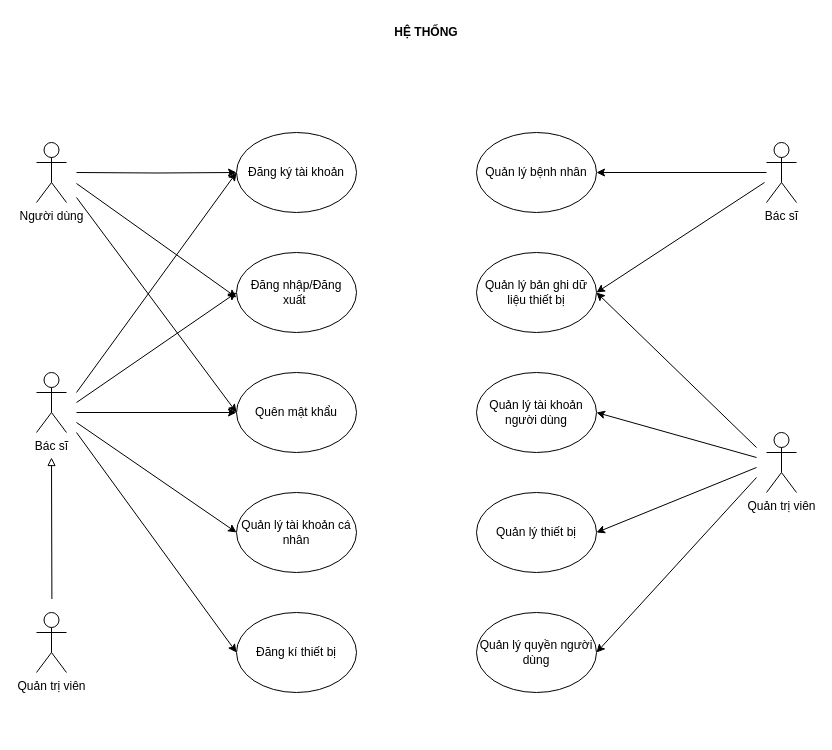
Earlier version of the draw.io diagram page "Use case tổng quát" (1 of 11) of diagram/usecase/Usecase.drawio (techcomrade/fmECG). Source tidied: cells renumbered, new cells numbered last; positions are measured from the earlier drawing's top-left corner, leaving out a move shared by most shapes. Both pictures are drawn from the tidied source at 100%, with x=0, y=0 at pixel (36, 17).
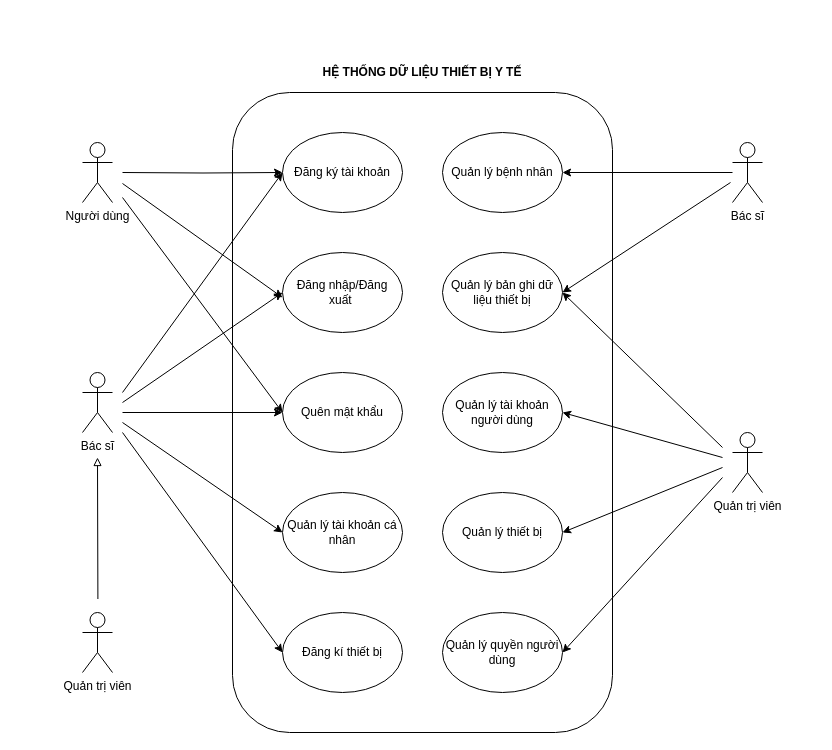
The same page after the edit.

Commit message:
feature(thesis): add use case diagram

Diff of the diagram source:
```diff
@@
     <mxCell id="2" value="Bác sĩ" style="shape=umlActor;html=1;verticalLabelPosition=bottom;verticalAlign=top;align=center;" parent="1" vertex="1">
-      <mxGeometry y="355" width="30" height="60" as="geometry" />
+      <mxGeometry x="46" y="355" width="30" height="60" as="geometry" />
     </mxCell>
     <mxCell id="3" value="Đăng ký tài khoản" style="ellipse;whiteSpace=wrap;html=1;" parent="1" vertex="1">
-      <mxGeometry x="200" y="115" width="120" height="80" as="geometry" />
+      <mxGeometry x="246" y="115" width="120" height="80" as="geometry" />
     </mxCell>
     <mxCell id="4" value="Đăng nhập/Đăng xuất&amp;nbsp;" style="ellipse;whiteSpace=wrap;html=1;" parent="1" vertex="1">
-      <mxGeometry x="200" y="235" width="120" height="80" as="geometry" />
+      <mxGeometry x="246" y="235" width="120" height="80" as="geometry" />
     </mxCell>
     <mxCell id="5" value="Quên mật khẩu" style="ellipse;whiteSpace=wrap;html=1;" parent="1" vertex="1">
-      <mxGeometry x="200" y="355" width="120" height="80" as="geometry" />
+      <mxGeometry x="246" y="355" width="120" height="80" as="geometry" />
     </mxCell>
     <mxCell id="6" style="edgeStyle=none;jettySize=auto;html=1;rounded=0;entryX=0;entryY=0.5;entryDx=0;entryDy=0;" parent="1" edge="1" target="3">
       <mxGeometry relative="1" as="geometry">
-        <mxPoint x="40" y="375" as="sourcePoint" />
+        <mxPoint x="86" y="375" as="sourcePoint" />
       </mxGeometry>
     </mxCell>
     <mxCell id="7" style="edgeStyle=none;jettySize=auto;html=1;rounded=0;entryX=0;entryY=0.5;entryDx=0;entryDy=0;" parent="1" edge="1" target="4">
       <mxGeometry relative="1" as="geometry">
-        <mxPoint x="40" y="385" as="sourcePoint" />
+        <mxPoint x="86" y="385" as="sourcePoint" />
       </mxGeometry>
     </mxCell>
     <mxCell id="8" style="edgeStyle=none;jettySize=auto;html=1;rounded=0;entryX=0;entryY=0.5;entryDx=0;entryDy=0;" parent="1" edge="1" target="5">
       <mxGeometry relative="1" as="geometry">
-        <mxPoint x="40" y="395" as="sourcePoint" />
+        <mxPoint x="86" y="395" as="sourcePoint" />
       </mxGeometry>
     </mxCell>
-    <mxCell id="9" value="&lt;b&gt;HỆ THỐNG&lt;/b&gt;" style="text;html=1;strokeColor=none;fillColor=none;align=center;verticalAlign=middle;whiteSpace=wrap;rounded=0;" parent="1" vertex="1">
-      <mxGeometry x="260" width="260" height="30" as="geometry" />
+    <mxCell id="9" value="&lt;b&gt;HỆ THỐNG DỮ LIỆU THIẾT BỊ Y TẾ&lt;/b&gt;" style="text;html=1;strokeColor=none;fillColor=none;align=center;verticalAlign=middle;whiteSpace=wrap;rounded=0;" parent="1" vertex="1">
+      <mxGeometry x="256" y="40" width="260" height="30" as="geometry" />
     </mxCell>
     <mxCell id="10" value="Quản trị viên" style="shape=umlActor;html=1;verticalLabelPosition=bottom;verticalAlign=top;align=center;" parent="1" vertex="1">
-      <mxGeometry y="595" width="30" height="60" as="geometry" />
+      <mxGeometry x="46" y="595" width="30" height="60" as="geometry" />
     </mxCell>
     <mxCell id="11" value="Quản lý thiết bị" style="ellipse;whiteSpace=wrap;html=1;" parent="1" vertex="1">
-      <mxGeometry x="440" y="475" width="120" height="80" as="geometry" />
+      <mxGeometry x="406" y="475" width="120" height="80" as="geometry" />
     </mxCell>
     <mxCell id="12" value="Quản lý bệnh nhân" style="ellipse;whiteSpace=wrap;html=1;" parent="1" vertex="1">
-      <mxGeometry x="440" y="115" width="120" height="80" as="geometry" />
+      <mxGeometry x="406" y="115" width="120" height="80" as="geometry" />
     </mxCell>
     <mxCell id="13" value="Quản lý quyền người dùng" style="ellipse;whiteSpace=wrap;html=1;" parent="1" vertex="1">
-      <mxGeometry x="440" y="595" width="120" height="80" as="geometry" />
+      <mxGeometry x="406" y="595" width="120" height="80" as="geometry" />
     </mxCell>
     <mxCell id="14" style="edgeStyle=none;orthogonalLoop=1;jettySize=auto;html=1;rounded=0;endArrow=block;endFill=0;" parent="1" edge="1">
       <mxGeometry relative="1" as="geometry">
-        <mxPoint x="15.4" y="581.5" as="sourcePoint" />
-        <mxPoint x="15" y="440" as="targetPoint" />
+        <mxPoint x="61.4" y="581.5" as="sourcePoint" />
+        <mxPoint x="61" y="440" as="targetPoint" />
       </mxGeometry>
     </mxCell>
     <mxCell id="15" value="Quản lý tài khoản cá nhân" style="ellipse;whiteSpace=wrap;html=1;" parent="1" vertex="1">
-      <mxGeometry x="200" y="475" width="120" height="80" as="geometry" />
+      <mxGeometry x="246" y="475" width="120" height="80" as="geometry" />
     </mxCell>
     <mxCell id="16" style="edgeStyle=none;jettySize=auto;html=1;rounded=0;entryX=0;entryY=0.5;entryDx=0;entryDy=0;" parent="1" edge="1" target="15">
       <mxGeometry relative="1" as="geometry">
-        <mxPoint x="40" y="405" as="sourcePoint" />
+        <mxPoint x="86" y="405" as="sourcePoint" />
       </mxGeometry>
     </mxCell>
     <mxCell id="17" value="Đăng kí thiết bị" style="ellipse;whiteSpace=wrap;html=1;" parent="1" vertex="1">
-      <mxGeometry x="200" y="595" width="120" height="80" as="geometry" />
+      <mxGeometry x="246" y="595" width="120" height="80" as="geometry" />
     </mxCell>
     <mxCell id="18" style="edgeStyle=none;jettySize=auto;html=1;rounded=0;entryX=0;entryY=0.5;entryDx=0;entryDy=0;" parent="1" edge="1" target="17">
       <mxGeometry relative="1" as="geometry">
-        <mxPoint x="40" y="415" as="sourcePoint" />
+        <mxPoint x="86" y="415" as="sourcePoint" />
       </mxGeometry>
     </mxCell>
     <mxCell id="19" value="Quản lý tài khoản người dùng" style="ellipse;whiteSpace=wrap;html=1;" parent="1" vertex="1">
-      <mxGeometry x="440" y="355" width="120" height="80" as="geometry" />
+      <mxGeometry x="406" y="355" width="120" height="80" as="geometry" />
     </mxCell>
@@
     <mxCell id="21" value="Bác sĩ" style="shape=umlActor;html=1;verticalLabelPosition=bottom;verticalAlign=top;align=center;" parent="1" vertex="1">
-      <mxGeometry x="730" y="125" width="30" height="60" as="geometry" />
+      <mxGeometry x="696" y="125" width="30" height="60" as="geometry" />
     </mxCell>
     <mxCell id="22" style="edgeStyle=orthogonalEdgeStyle;rounded=0;jettySize=auto;html=1;entryX=0;entryY=0.5;entryDx=0;entryDy=0;" parent="1" edge="1" target="3">
       <mxGeometry relative="1" as="geometry">
-        <mxPoint x="40" y="155" as="sourcePoint" />
+        <mxPoint x="86" y="155" as="sourcePoint" />
       </mxGeometry>
     </mxCell>
     <mxCell id="23" value="Người dùng" style="shape=umlActor;html=1;verticalLabelPosition=bottom;verticalAlign=top;align=center;" parent="1" vertex="1">
-      <mxGeometry y="125" width="30" height="60" as="geometry" />
+      <mxGeometry x="46" y="125" width="30" height="60" as="geometry" />
     </mxCell>
     <mxCell id="24" style="edgeStyle=none;orthogonalLoop=1;jettySize=auto;html=1;rounded=0;" parent="1" edge="1">
       <mxGeometry relative="1" as="geometry">
-        <mxPoint x="40" y="166" as="sourcePoint" />
-        <mxPoint x="200" y="280" as="targetPoint" />
+        <mxPoint x="86" y="166" as="sourcePoint" />
+        <mxPoint x="246" y="280" as="targetPoint" />
       </mxGeometry>
     </mxCell>
     <mxCell id="25" style="edgeStyle=none;jettySize=auto;html=1;rounded=0;entryX=0;entryY=0.5;entryDx=0;entryDy=0;" parent="1" edge="1" target="5">
       <mxGeometry relative="1" as="geometry">
-        <mxPoint x="40" y="180" as="sourcePoint" />
+        <mxPoint x="86" y="180" as="sourcePoint" />
       </mxGeometry>
     </mxCell>
     <mxCell id="26" value="Quản lý bản ghi dữ liệu thiết bị" style="ellipse;whiteSpace=wrap;html=1;" parent="1" vertex="1">
-      <mxGeometry x="440" y="235" width="120" height="80" as="geometry" />
+      <mxGeometry x="406" y="235" width="120" height="80" as="geometry" />
     </mxCell>
     <mxCell id="27" style="rounded=0;jettySize=auto;html=1;entryX=1;entryY=0.5;entryDx=0;entryDy=0;" parent="1" edge="1" target="26">
       <mxGeometry relative="1" as="geometry">
-        <mxPoint x="728" y="165" as="sourcePoint" />
+        <mxPoint x="694" y="165" as="sourcePoint" />
       </mxGeometry>
     </mxCell>
     <mxCell id="28" value="Quản trị viên" style="shape=umlActor;html=1;verticalLabelPosition=bottom;verticalAlign=top;align=center;" parent="1" vertex="1">
-      <mxGeometry x="730" y="415" width="30" height="60" as="geometry" />
+      <mxGeometry x="696" y="415" width="30" height="60" as="geometry" />
     </mxCell>
     <mxCell id="29" style="rounded=0;jettySize=auto;html=1;entryX=1;entryY=0.5;entryDx=0;entryDy=0;" parent="1" edge="1" target="26">
       <mxGeometry relative="1" as="geometry">
-        <mxPoint x="720" y="430" as="sourcePoint" />
+        <mxPoint x="686" y="430" as="sourcePoint" />
       </mxGeometry>
     </mxCell>
     <mxCell id="30" style="rounded=0;jettySize=auto;html=1;entryX=1;entryY=0.5;entryDx=0;entryDy=0;" parent="1" edge="1" target="19">
       <mxGeometry relative="1" as="geometry">
-        <mxPoint x="720" y="440" as="sourcePoint" />
+        <mxPoint x="686" y="440" as="sourcePoint" />
       </mxGeometry>
     </mxCell>
     <mxCell id="31" style="rounded=0;jettySize=auto;html=1;entryX=1;entryY=0.5;entryDx=0;entryDy=0;" parent="1" edge="1" target="11">
       <mxGeometry relative="1" as="geometry">
-        <mxPoint x="720" y="450" as="sourcePoint" />
+        <mxPoint x="686" y="450" as="sourcePoint" />
       </mxGeometry>
     </mxCell>
     <mxCell id="32" style="rounded=0;jettySize=auto;html=1;entryX=1;entryY=0.5;entryDx=0;entryDy=0;" parent="1" edge="1" target="13">
       <mxGeometry relative="1" as="geometry">
-        <mxPoint x="720" y="460" as="sourcePoint" />
+        <mxPoint x="686" y="460" as="sourcePoint" />
       </mxGeometry>
     </mxCell>
+    <mxCell id="33" style="rounded=1;whiteSpace=wrap;html=1;fillColor=none;strokeColor=default;" parent="1" vertex="1">
+      <mxGeometry x="196" y="75" width="380" height="640" as="geometry" />
+    </mxCell>
```
